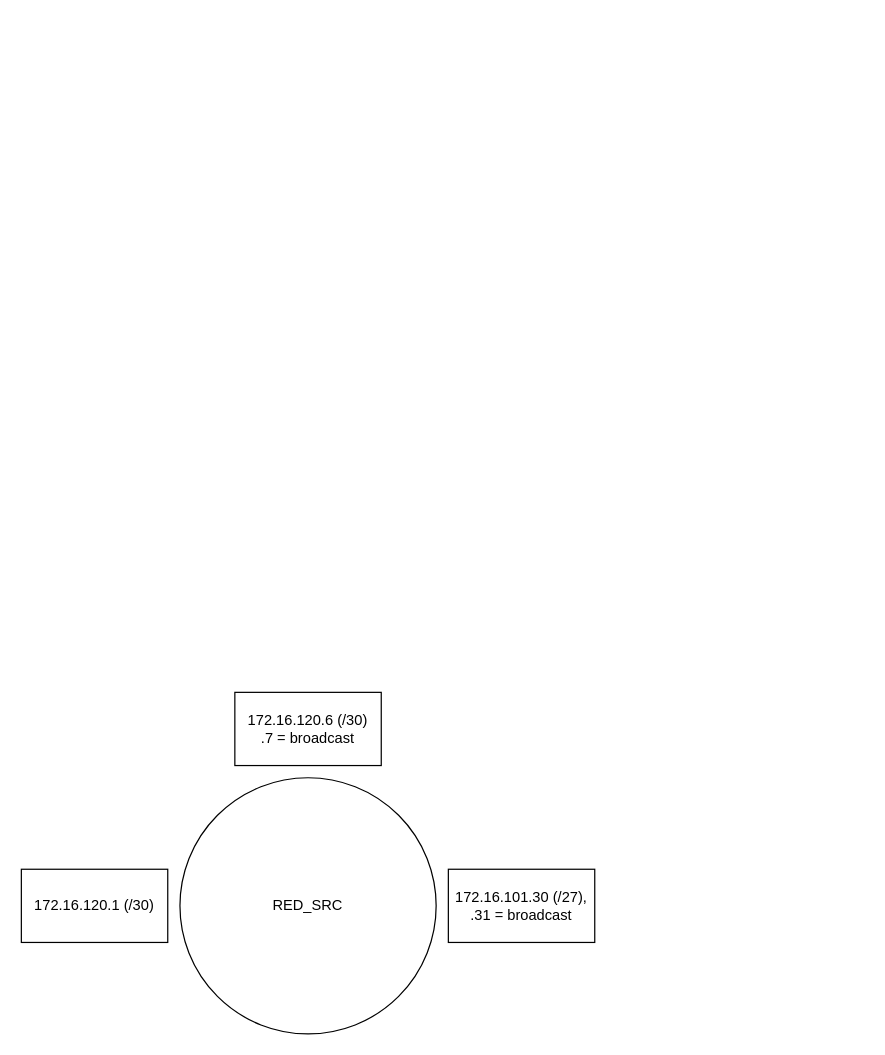
Before: ctf/Untitled Diagram.drawio in abfarr/cctc, a draw.io diagram. Source tidied: cells renumbered, new cells numbered last; positions are measured from the earlier drawing's top-left corner, leaving out a move shared by most shapes. Both pictures are drawn from the tidied source at 122%, with x=0, y=0 at pixel (21, 692).
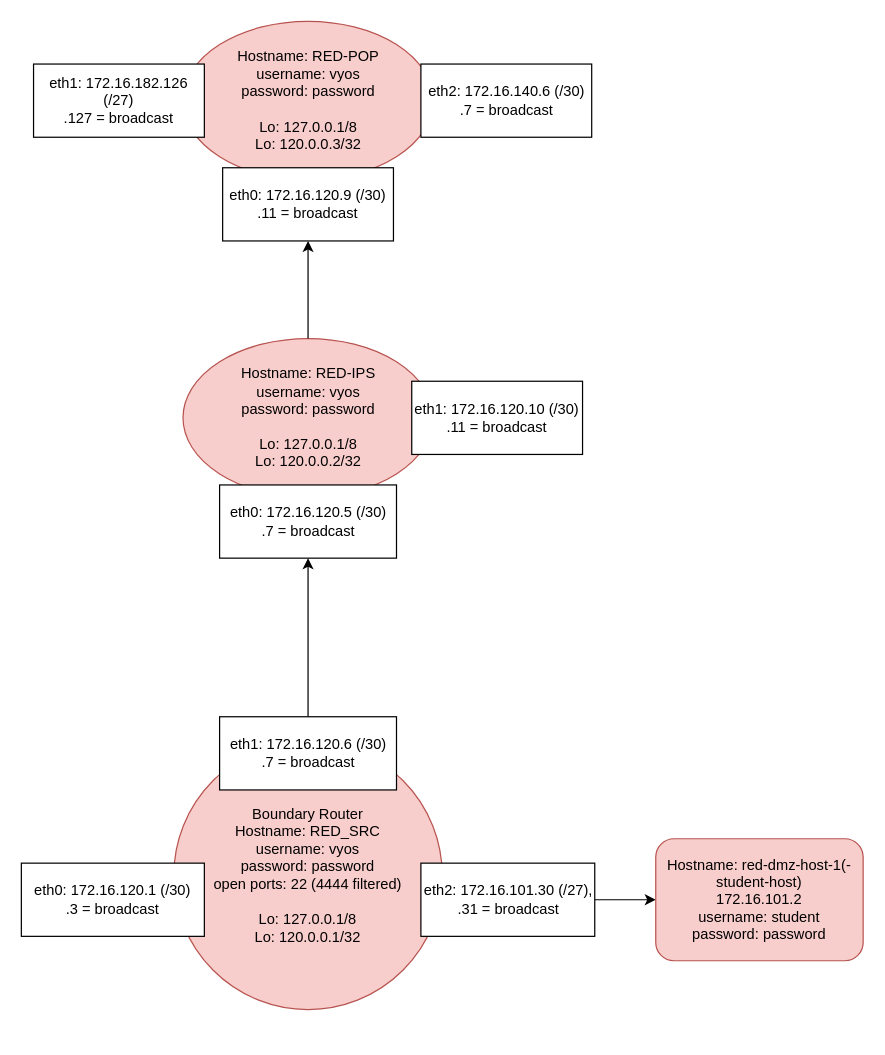
The same page after the edit.

Change to the diagram source:
```diff
@@
 <mxGraphModel>
   <root>
     <mxCell id="0" />
     <mxCell id="1" parent="0" />
-    <mxCell id="2" value="RED_SRC" style="ellipse;whiteSpace=wrap;html=1;" parent="1" vertex="1">
-      <mxGeometry x="130" y="70" width="210" height="210" as="geometry" />
+    <mxCell id="2" value="Boundary Router&lt;br&gt;Hostname: RED_SRC&lt;br&gt;username: vyos&lt;br&gt;password: password&lt;br&gt;open ports: 22 (4444 filtered)&lt;br&gt;&lt;br&gt;Lo: 127.0.0.1/8&lt;br&gt;Lo: 120.0.0.1/32" style="ellipse;whiteSpace=wrap;html=1;fillColor=#f8cecc;strokeColor=#b85450;" parent="1" vertex="1">
+      <mxGeometry x="125" y="40" width="220" height="220" as="geometry" />
     </mxCell>
-    <mxCell id="3" value="172.16.120.1 (/30)" style="rounded=0;whiteSpace=wrap;html=1;" parent="1" vertex="1">
-      <mxGeometry y="145" width="120" height="60" as="geometry" />
+    <mxCell id="3" value="eth0: 172.16.120.1 (/30)&lt;br&gt;.3 = broadcast" style="rounded=0;whiteSpace=wrap;html=1;" parent="1" vertex="1">
+      <mxGeometry y="140" width="150" height="60" as="geometry" />
     </mxCell>
+    <mxCell id="6" style="edgeStyle=orthogonalEdgeStyle;rounded=0;jettySize=auto;html=1;exitX=0.5;exitY=0;exitDx=0;exitDy=0;entryX=0.5;entryY=1;entryDx=0;entryDy=0;" parent="1" edge="1" source="4" target="10">
+      <mxGeometry relative="1" as="geometry" />
+    </mxCell>
-    <mxCell id="4" value="172.16.120.6 (/30)&lt;br&gt;.7 = broadcast" style="rounded=0;whiteSpace=wrap;html=1;" parent="1" vertex="1">
-      <mxGeometry x="175" width="120" height="60" as="geometry" />
+    <mxCell id="4" value="eth1: 172.16.120.6 (/30)&lt;br&gt;.7 = broadcast" style="rounded=0;whiteSpace=wrap;html=1;" parent="1" vertex="1">
+      <mxGeometry x="162.5" y="20" width="145" height="60" as="geometry" />
     </mxCell>
+    <mxCell id="7" style="edgeStyle=orthogonalEdgeStyle;rounded=0;jettySize=auto;html=1;exitX=1;exitY=0.5;exitDx=0;exitDy=0;entryX=0;entryY=0.5;entryDx=0;entryDy=0;" parent="1" edge="1" source="5" target="8">
+      <mxGeometry relative="1" as="geometry" />
+    </mxCell>
-    <mxCell id="5" value="172.16.101.30 (/27),&lt;br&gt;.31 = broadcast" style="rounded=0;whiteSpace=wrap;html=1;" parent="1" vertex="1">
-      <mxGeometry x="350" y="145" width="120" height="60" as="geometry" />
+    <mxCell id="5" value="eth2: 172.16.101.30 (/27),&lt;br&gt;.31 = broadcast" style="rounded=0;whiteSpace=wrap;html=1;" parent="1" vertex="1">
+      <mxGeometry x="327.5" y="140" width="142.5" height="60" as="geometry" />
     </mxCell>
+    <mxCell id="8" value="Hostname: red-dmz-host-1(-student-host)&lt;br&gt;172.16.101.2&lt;br&gt;username: student&lt;br&gt;password: password" style="rounded=1;whiteSpace=wrap;html=1;fillColor=#f8cecc;strokeColor=#b85450;" parent="1" vertex="1">
+      <mxGeometry x="520" y="120" width="170" height="100" as="geometry" />
+    </mxCell>
+    <mxCell id="9" value="&lt;span&gt;Hostname: RED-IPS&lt;/span&gt;&lt;br&gt;&lt;span&gt;username: vyos&lt;/span&gt;&lt;br&gt;&lt;span&gt;password: password&lt;br&gt;&lt;br&gt;Lo: 127.0.0.1/8&lt;br&gt;Lo: 120.0.0.2/32&lt;br&gt;&lt;/span&gt;" style="ellipse;whiteSpace=wrap;html=1;fillColor=#f8cecc;strokeColor=#b85450;" parent="1" vertex="1">
+      <mxGeometry x="132.5" y="-290" width="205" height="130" as="geometry" />
+    </mxCell>
+    <mxCell id="10" value="&lt;span&gt;eth0: 172.16.120.5 (/30)&lt;/span&gt;&lt;br&gt;&lt;span&gt;.7 = broadcast&lt;/span&gt;" style="rounded=0;whiteSpace=wrap;html=1;" parent="1" vertex="1">
+      <mxGeometry x="162.5" y="-170" width="145" height="60" as="geometry" />
+    </mxCell>
+    <mxCell id="11" value="&lt;span&gt;eth1: 172.16.120.10 (/30)&lt;/span&gt;&lt;br&gt;&lt;span&gt;.11 = broadcast&lt;/span&gt;" style="rounded=0;whiteSpace=wrap;html=1;" parent="1" vertex="1">
+      <mxGeometry x="320" y="-255" width="140" height="60" as="geometry" />
+    </mxCell>
+    <mxCell id="12" value="&lt;span&gt;Hostname: RED-POP&lt;/span&gt;&lt;br&gt;&lt;span&gt;username: vyos&lt;/span&gt;&lt;br&gt;&lt;span&gt;password: password&lt;br&gt;&lt;br&gt;Lo: 127.0.0.1/8&lt;br&gt;Lo: 120.0.0.3/32&lt;br&gt;&lt;/span&gt;" style="ellipse;whiteSpace=wrap;html=1;fillColor=#f8cecc;strokeColor=#b85450;" parent="1" vertex="1">
+      <mxGeometry x="132.5" y="-550" width="205" height="130" as="geometry" />
+    </mxCell>
+    <mxCell id="13" value="&lt;span&gt;eth0: 172.16.120.9 (/30)&lt;/span&gt;&lt;br&gt;&lt;span&gt;.11 = broadcast&lt;/span&gt;" style="rounded=0;whiteSpace=wrap;html=1;" parent="1" vertex="1">
+      <mxGeometry x="165" y="-430" width="140" height="60" as="geometry" />
+    </mxCell>
+    <mxCell id="14" value="&lt;span&gt;eth1: 172.16.182.126 (/27)&lt;/span&gt;&lt;br&gt;&lt;span&gt;.127 = broadcast&lt;/span&gt;" style="rounded=0;whiteSpace=wrap;html=1;" parent="1" vertex="1">
+      <mxGeometry x="10" y="-515" width="140" height="60" as="geometry" />
+    </mxCell>
+    <mxCell id="15" style="endArrow=classic;html=1;rounded=0;exitX=0.5;exitY=0;exitDx=0;exitDy=0;" parent="1" edge="1" source="9" target="13">
+      <mxGeometry relative="1" as="geometry" />
+    </mxCell>
+    <mxCell id="16" value="&lt;span&gt;eth2: 172.16.140.6 (/30)&lt;/span&gt;&lt;br&gt;&lt;span&gt;.7 = broadcast&lt;/span&gt;" style="rounded=0;whiteSpace=wrap;html=1;" parent="1" vertex="1">
+      <mxGeometry x="327.5" y="-515" width="140" height="60" as="geometry" />
+    </mxCell>
   </root>
 </mxGraphModel>
```
